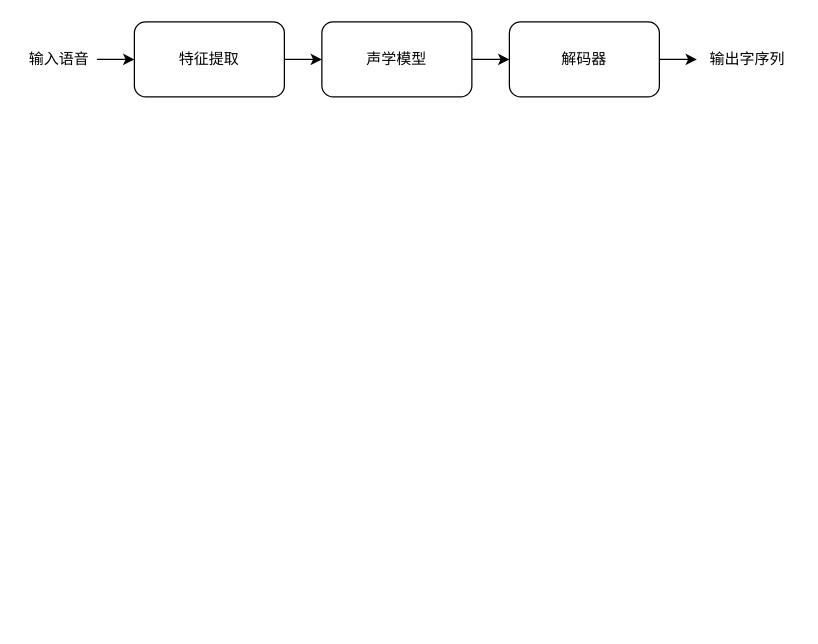
Earlier version of the draw.io diagram Untitled Diagram.drawio (nwpu2017300135/kws). Source tidied: cells renumbered, new cells numbered last; positions are measured from the earlier drawing's top-left corner, leaving out a move shared by most shapes. Both pictures are drawn from the tidied source at 125%, with x=0, y=0 at pixel (21, 21).
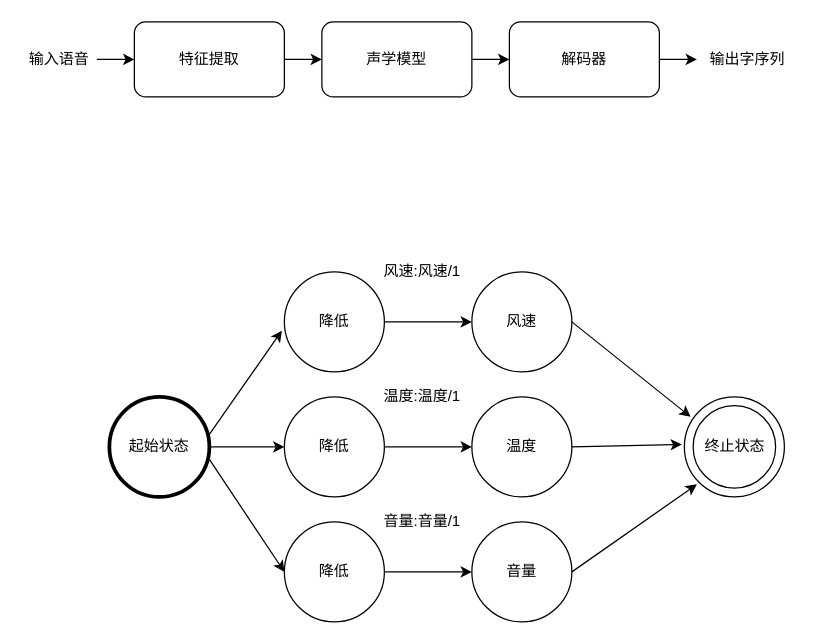
The same page after the edit.

Diff of the diagram source:
```diff
@@
+    <mxCell id="11" style="edgeStyle=orthogonalEdgeStyle;rounded=0;jettySize=auto;html=1;" parent="1" edge="1" source="12" target="13">
+      <mxGeometry relative="1" as="geometry" />
+    </mxCell>
+    <mxCell id="12" value="降低" style="ellipse;whiteSpace=wrap;html=1;" parent="1" vertex="1">
+      <mxGeometry x="210" y="200" width="80" height="80" as="geometry" />
+    </mxCell>
+    <mxCell id="13" value="风速" style="ellipse;whiteSpace=wrap;html=1;" parent="1" vertex="1">
+      <mxGeometry x="360" y="200" width="80" height="80" as="geometry" />
+    </mxCell>
+    <mxCell id="14" style="edgeStyle=orthogonalEdgeStyle;rounded=0;jettySize=auto;html=1;" parent="1" edge="1" source="15" target="16">
+      <mxGeometry relative="1" as="geometry" />
+    </mxCell>
+    <mxCell id="15" value="降低" style="ellipse;whiteSpace=wrap;html=1;" parent="1" vertex="1">
+      <mxGeometry x="210" y="300" width="80" height="80" as="geometry" />
+    </mxCell>
+    <mxCell id="16" value="温度" style="ellipse;whiteSpace=wrap;html=1;" parent="1" vertex="1">
+      <mxGeometry x="360" y="300" width="80" height="80" as="geometry" />
+    </mxCell>
+    <mxCell id="17" style="edgeStyle=orthogonalEdgeStyle;rounded=0;jettySize=auto;html=1;" parent="1" edge="1" source="18" target="19">
+      <mxGeometry relative="1" as="geometry" />
+    </mxCell>
+    <mxCell id="18" value="降低" style="ellipse;whiteSpace=wrap;html=1;" parent="1" vertex="1">
+      <mxGeometry x="210" y="400" width="80" height="80" as="geometry" />
+    </mxCell>
+    <mxCell id="19" value="音量" style="ellipse;whiteSpace=wrap;html=1;" parent="1" vertex="1">
+      <mxGeometry x="360" y="400" width="80" height="80" as="geometry" />
+    </mxCell>
+    <mxCell id="20" value="起始状态" style="ellipse;whiteSpace=wrap;html=1;strokeWidth=3;" parent="1" vertex="1">
+      <mxGeometry x="70" y="300" width="80" height="80" as="geometry" />
+    </mxCell>
+    <mxCell id="21" style="verticalLabelPosition=bottom;verticalAlign=top;html=1;shape=mxgraph.basic.donut;dx=7;shadow=0;sketch=0;strokeWidth=1;perimeterSpacing=1;" parent="1" vertex="1">
+      <mxGeometry x="530" y="300" width="80" height="80" as="geometry" />
+    </mxCell>
+    <mxCell id="22" value="终止状态" style="text;html=1;align=center;verticalAlign=middle;strokeColor=none;" parent="1" vertex="1">
+      <mxGeometry x="540" y="330" width="60" height="20" as="geometry" />
+    </mxCell>
+    <mxCell id="23" value="风速:风速/1" style="text;html=1;align=center;verticalAlign=middle;strokeColor=none;" parent="1" vertex="1">
+      <mxGeometry x="280" y="190" width="80" height="20" as="geometry" />
+    </mxCell>
+    <mxCell id="24" value="温度:温度/1" style="text;html=1;align=center;verticalAlign=middle;strokeColor=none;" parent="1" vertex="1">
+      <mxGeometry x="280" y="290" width="80" height="20" as="geometry" />
+    </mxCell>
+    <mxCell id="25" value="音量:音量/1" style="text;html=1;align=center;verticalAlign=middle;strokeColor=none;" parent="1" vertex="1">
+      <mxGeometry x="280" y="390" width="80" height="20" as="geometry" />
+    </mxCell>
+    <mxCell id="26" style="endArrow=classic;html=1;entryX=-0.025;entryY=0.588;entryDx=0;entryDy=0;entryPerimeter=0;" parent="1" edge="1" target="12">
+      <mxGeometry relative="1" as="geometry">
+        <mxPoint x="150" y="330" as="sourcePoint" />
+      </mxGeometry>
+    </mxCell>
+    <mxCell id="27" style="endArrow=classic;html=1;entryX=0;entryY=0.5;entryDx=0;entryDy=0;" parent="1" edge="1" target="15">
+      <mxGeometry relative="1" as="geometry">
+        <mxPoint x="150" y="340" as="sourcePoint" />
+      </mxGeometry>
+    </mxCell>
+    <mxCell id="28" style="endArrow=classic;html=1;entryX=0;entryY=0.5;entryDx=0;entryDy=0;" parent="1" edge="1" target="18">
+      <mxGeometry relative="1" as="geometry">
+        <mxPoint x="150" y="350" as="sourcePoint" />
+      </mxGeometry>
+    </mxCell>
+    <mxCell id="29" style="endArrow=classic;html=1;entryX=0.073;entryY=0.207;entryDx=0;entryDy=0;entryPerimeter=0;" parent="1" edge="1" target="21">
+      <mxGeometry relative="1" as="geometry">
+        <mxPoint x="440" y="240" as="sourcePoint" />
+      </mxGeometry>
+    </mxCell>
+    <mxCell id="30" style="endArrow=classic;html=1;entryX=-0.012;entryY=0.476;entryDx=0;entryDy=0;entryPerimeter=0;" parent="1" edge="1" target="21">
+      <mxGeometry relative="1" as="geometry">
+        <mxPoint x="440" y="340" as="sourcePoint" />
+      </mxGeometry>
+    </mxCell>
+    <mxCell id="31" style="endArrow=classic;html=1;" parent="1" edge="1">
+      <mxGeometry relative="1" as="geometry">
+        <mxPoint x="440" y="440" as="sourcePoint" />
+        <mxPoint x="540" y="370" as="targetPoint" />
+      </mxGeometry>
+    </mxCell>
```
